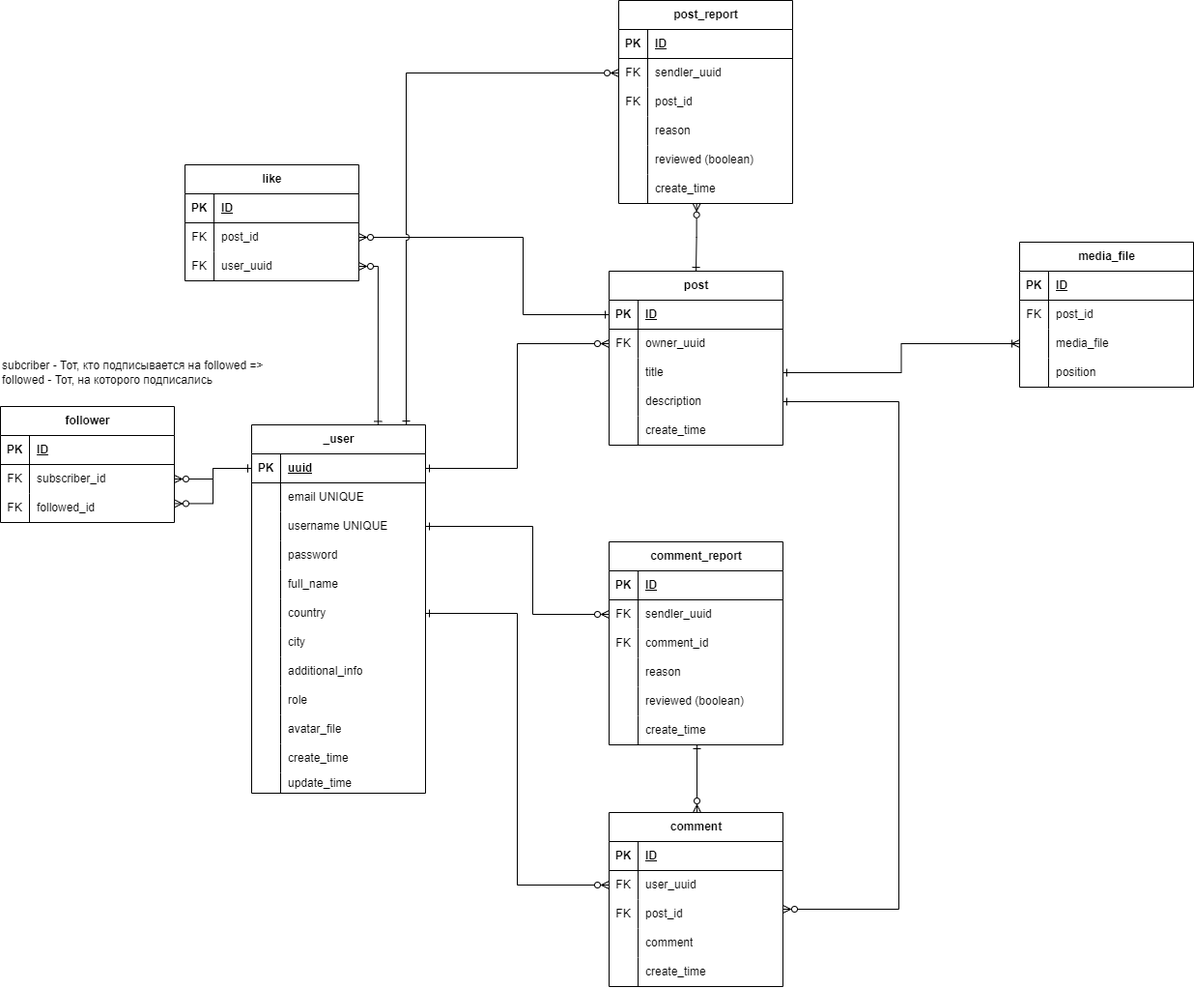
rafigJ/artfolio-web-app keeps this draw.io diagram as Diagrams/ER диаграмма (ER diagram)/ER-диаграмма.png. Above is the earlier version. Source tidied: cells renumbered, new cells last; positions are measured from the earlier drawing's top-left corner, leaving out a move shared by most shapes.
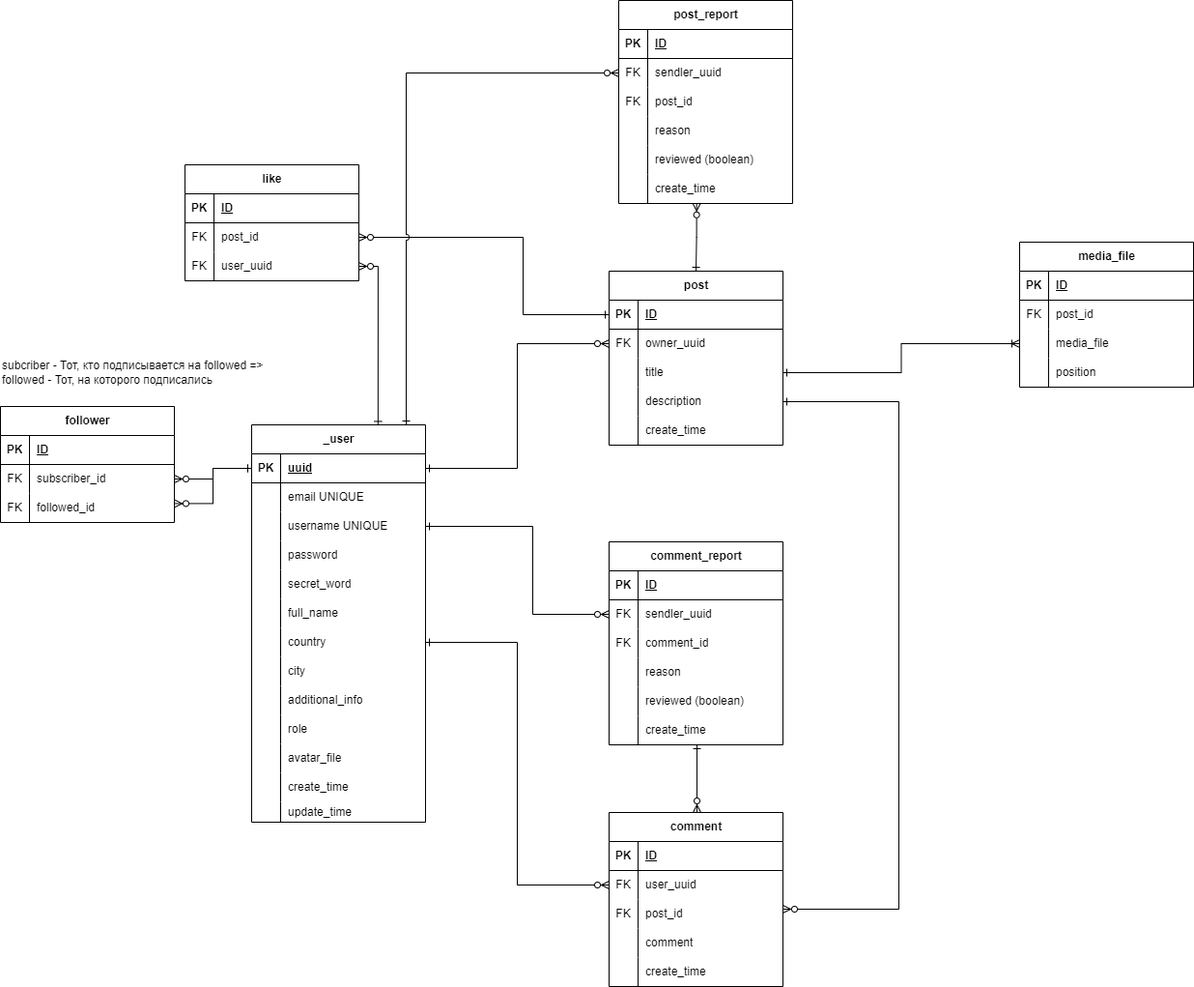
Later version of the same file.

Commit message:
docs: update physical and er diagrams

Diff of the diagram source:
```diff
@@ -51,7 +51,7 @@
       <mxGeometry x="30" width="150" height="30" as="geometry" />
     </mxCell>
     <mxCell id="18" value="_user" style="shape=table;startSize=30;rowLines=0;fontStyle=1;align=center;html=1;" parent="1" vertex="1">
-      <mxGeometry x="260" y="439" width="180" height="381" as="geometry" />
+      <mxGeometry x="260" y="439" width="180" height="411" as="geometry" />
     </mxCell>
     <mxCell id="19" style="shape=tableRow;horizontal=0;startSize=0;swimlaneHead=0;swimlaneBody=0;fillColor=none;points=[[0,0.5],[1,0.5]];portConstraint=eastwest;top=0;left=0;right=0;bottom=1;" parent="18" vertex="1">
       <mxGeometry y="30" width="180" height="30" as="geometry" />
@@ -89,8 +89,17 @@
     <mxCell id="30" value="password" style="shape=partialRectangle;fillColor=none;top=0;left=0;bottom=0;right=0;align=left;spacingLeft=6;overflow=hidden;whiteSpace=wrap;html=1;" parent="28" vertex="1">
       <mxGeometry x="30" width="150" height="30" as="geometry" />
     </mxCell>
+    <mxCell id="155" style="shape=tableRow;horizontal=0;startSize=0;swimlaneHead=0;swimlaneBody=0;fillColor=none;top=0;left=0;right=0;bottom=0;" parent="18" vertex="1">
+      <mxGeometry y="150" width="180" height="30" as="geometry" />
+    </mxCell>
+    <mxCell id="156" style="shape=partialRectangle;fillColor=none;top=0;left=0;bottom=0;right=0;overflow=hidden;whiteSpace=wrap;html=1;" parent="155" vertex="1">
+      <mxGeometry width="30" height="30" as="geometry" />
+    </mxCell>
+    <mxCell id="157" value="secret_word" style="shape=partialRectangle;fillColor=none;top=0;left=0;bottom=0;right=0;align=left;spacingLeft=6;overflow=hidden;whiteSpace=wrap;html=1;" parent="155" vertex="1">
+      <mxGeometry x="30" width="150" height="30" as="geometry" />
+    </mxCell>
     <mxCell id="31" style="shape=tableRow;horizontal=0;startSize=0;swimlaneHead=0;swimlaneBody=0;fillColor=none;top=0;left=0;right=0;bottom=0;" parent="18" vertex="1">
-      <mxGeometry y="150" width="180" height="30" as="geometry" />
+      <mxGeometry y="180" width="180" height="30" as="geometry" />
     </mxCell>
     <mxCell id="32" style="shape=partialRectangle;fillColor=none;top=0;left=0;bottom=0;right=0;overflow=hidden;whiteSpace=wrap;html=1;" parent="31" vertex="1">
       <mxGeometry width="30" height="30" as="geometry" />
@@ -99,7 +108,7 @@
       <mxGeometry x="30" width="150" height="30" as="geometry" />
     </mxCell>
     <mxCell id="34" style="shape=tableRow;horizontal=0;startSize=0;swimlaneHead=0;swimlaneBody=0;fillColor=none;points=[[0,0.5],[1,0.5]];portConstraint=eastwest;top=0;left=0;right=0;bottom=0;" parent="18" vertex="1">
-      <mxGeometry y="180" width="180" height="30" as="geometry" />
+      <mxGeometry y="210" width="180" height="30" as="geometry" />
     </mxCell>
     <mxCell id="35" style="shape=partialRectangle;fillColor=none;top=0;left=0;bottom=0;right=0;overflow=hidden;whiteSpace=wrap;html=1;" parent="34" vertex="1">
       <mxGeometry width="30" height="30" as="geometry" />
@@ -108,7 +117,7 @@
       <mxGeometry x="30" width="150" height="30" as="geometry" />
     </mxCell>
     <mxCell id="37" style="shape=tableRow;horizontal=0;startSize=0;swimlaneHead=0;swimlaneBody=0;fillColor=none;top=0;left=0;right=0;bottom=0;" parent="18" vertex="1">
-      <mxGeometry y="210" width="180" height="30" as="geometry" />
+      <mxGeometry y="240" width="180" height="30" as="geometry" />
     </mxCell>
     <mxCell id="38" style="shape=partialRectangle;fillColor=none;top=0;left=0;bottom=0;right=0;overflow=hidden;whiteSpace=wrap;html=1;" parent="37" vertex="1">
       <mxGeometry width="30" height="30" as="geometry" />
@@ -117,7 +126,7 @@
       <mxGeometry x="30" width="150" height="30" as="geometry" />
     </mxCell>
     <mxCell id="40" style="shape=tableRow;horizontal=0;startSize=0;swimlaneHead=0;swimlaneBody=0;fillColor=none;top=0;left=0;right=0;bottom=0;" parent="18" vertex="1">
-      <mxGeometry y="240" width="180" height="30" as="geometry" />
+      <mxGeometry y="270" width="180" height="30" as="geometry" />
     </mxCell>
     <mxCell id="41" style="shape=partialRectangle;fillColor=none;top=0;left=0;bottom=0;right=0;overflow=hidden;whiteSpace=wrap;html=1;" parent="40" vertex="1">
       <mxGeometry width="30" height="30" as="geometry" />
@@ -126,7 +135,7 @@
       <mxGeometry x="30" width="150" height="30" as="geometry" />
     </mxCell>
     <mxCell id="43" style="shape=tableRow;horizontal=0;startSize=0;swimlaneHead=0;swimlaneBody=0;fillColor=none;top=0;left=0;right=0;bottom=0;" parent="18" vertex="1">
-      <mxGeometry y="270" width="180" height="30" as="geometry" />
+      <mxGeometry y="300" width="180" height="30" as="geometry" />
     </mxCell>
     <mxCell id="44" style="shape=partialRectangle;fillColor=none;top=0;left=0;bottom=0;right=0;overflow=hidden;whiteSpace=wrap;html=1;" parent="43" vertex="1">
       <mxGeometry width="30" height="30" as="geometry" />
@@ -135,7 +144,7 @@
       <mxGeometry x="30" width="150" height="30" as="geometry" />
     </mxCell>
     <mxCell id="46" style="shape=tableRow;horizontal=0;startSize=0;swimlaneHead=0;swimlaneBody=0;fillColor=none;top=0;left=0;right=0;bottom=0;" parent="18" vertex="1">
-      <mxGeometry y="300" width="180" height="30" as="geometry" />
+      <mxGeometry y="330" width="180" height="30" as="geometry" />
     </mxCell>
     <mxCell id="47" style="shape=partialRectangle;fillColor=none;top=0;left=0;bottom=0;right=0;overflow=hidden;whiteSpace=wrap;html=1;" parent="46" vertex="1">
       <mxGeometry width="30" height="30" as="geometry" />
@@ -144,7 +153,7 @@
       <mxGeometry x="30" width="150" height="30" as="geometry" />
     </mxCell>
     <mxCell id="49" style="shape=tableRow;horizontal=0;startSize=0;swimlaneHead=0;swimlaneBody=0;fillColor=none;top=0;left=0;right=0;bottom=0;" parent="18" vertex="1">
-      <mxGeometry y="330" width="180" height="30" as="geometry" />
+      <mxGeometry y="360" width="180" height="30" as="geometry" />
     </mxCell>
     <mxCell id="50" style="shape=partialRectangle;fillColor=none;top=0;left=0;bottom=0;right=0;overflow=hidden;whiteSpace=wrap;html=1;" parent="49" vertex="1">
       <mxGeometry width="30" height="30" as="geometry" />
@@ -153,7 +162,7 @@
       <mxGeometry x="30" width="150" height="30" as="geometry" />
     </mxCell>
     <mxCell id="52" style="shape=tableRow;horizontal=0;startSize=0;swimlaneHead=0;swimlaneBody=0;fillColor=none;top=0;left=0;right=0;bottom=0;" parent="18" vertex="1">
-      <mxGeometry y="360" width="180" height="21" as="geometry" />
+      <mxGeometry y="390" width="180" height="21" as="geometry" />
     </mxCell>
     <mxCell id="53" style="shape=partialRectangle;fillColor=none;top=0;left=0;bottom=0;right=0;overflow=hidden;whiteSpace=wrap;html=1;" parent="52" vertex="1">
       <mxGeometry width="30" height="21" as="geometry" />
```
